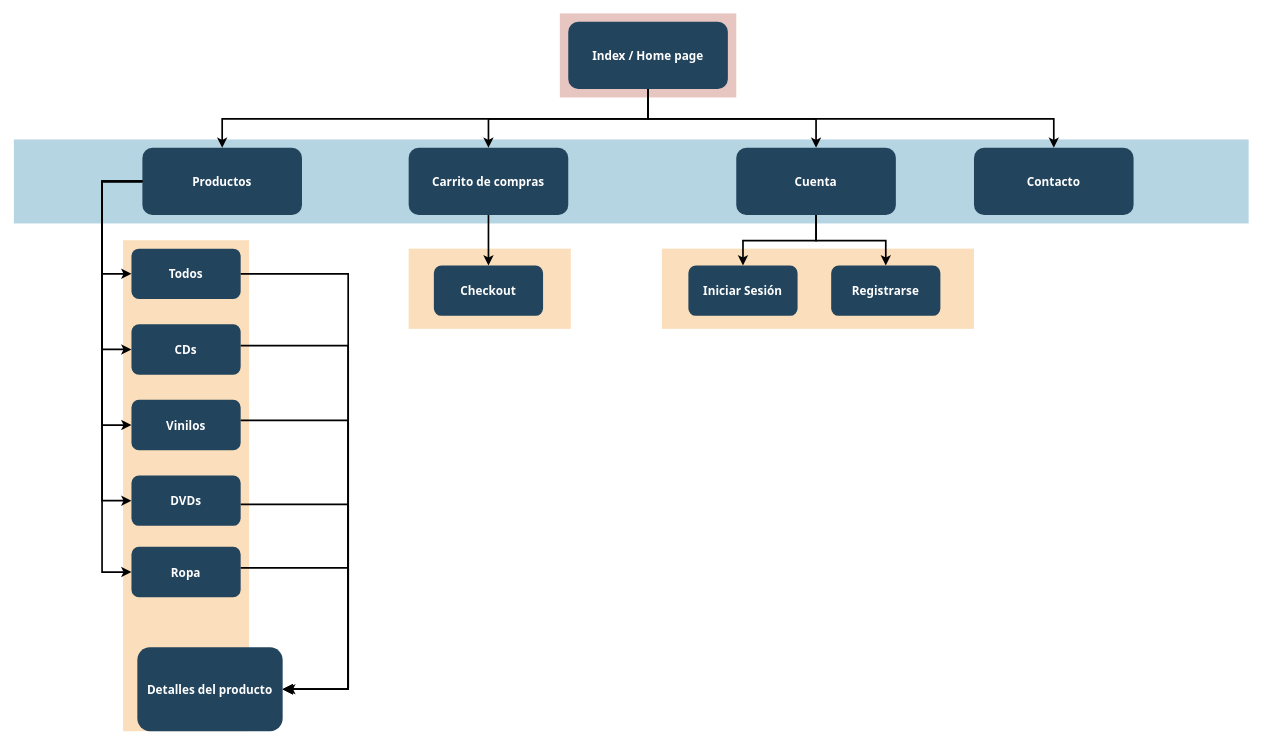
Before: sitemap editable.drawio in smoran24/EcosRockeria, a draw.io diagram. Source tidied: cells renumbered, new cells numbered last; positions are measured from the earlier drawing's top-left corner, leaving out a move shared by most shapes. Both pictures are drawn from the tidied source at 84%, with x=0, y=0 at pixel (13, 13).
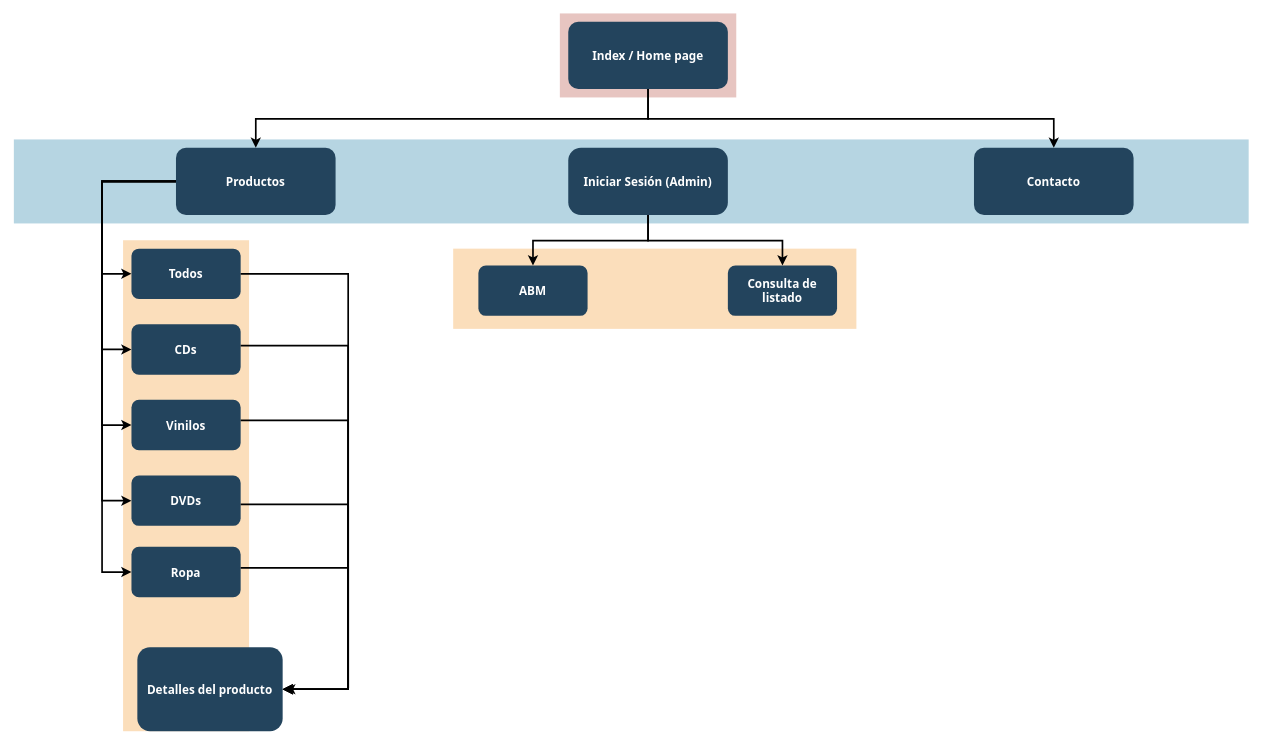
After the change.

Commit message (it also covers changes not shown here):
actualizo sitemap

Unchanged cells that the change refers to:
```xml
<mxCell id="7" value="Index / Home page" style="rounded=1;fillColor=#23445D;gradientColor=none;strokeColor=none;fontColor=#FFFFFF;fontStyle=1;fontFamily=Tahoma;fontSize=14;" parent="1" vertex="1">
  <mxGeometry x="660" y="9.5" width="190" height="80" as="geometry" />
</mxCell>
```

Diff of the diagram source:
```diff
@@
     <mxCell id="2" style="fillColor=#F2931E;strokeColor=none;opacity=30;" parent="1" vertex="1">
-      <mxGeometry x="771.5" y="279.5" width="371.5" height="95.5" as="geometry" />
+      <mxGeometry x="523" y="279.5" width="480" height="95.5" as="geometry" />
     </mxCell>
@@
-    <mxCell id="5" style="fillColor=#F2931E;strokeColor=none;opacity=30;" parent="1" vertex="1">
-      <mxGeometry x="470" y="279.5" width="193" height="95.5" as="geometry" />
-    </mxCell>
@@
-    <mxCell id="10" value="Carrito de compras" style="rounded=1;fillColor=#23445D;gradientColor=none;strokeColor=none;fontColor=#FFFFFF;fontStyle=1;fontFamily=Tahoma;fontSize=14;" parent="1" vertex="1">
-      <mxGeometry x="470" y="159.5" width="190" height="80" as="geometry" />
-    </mxCell>
     <mxCell id="11" value="Productos" style="rounded=1;fillColor=#23445D;gradientColor=none;strokeColor=none;fontColor=#FFFFFF;fontStyle=1;fontFamily=Tahoma;fontSize=14;" parent="1" vertex="1">
-      <mxGeometry x="153" y="159.5" width="190" height="80" as="geometry" />
+      <mxGeometry x="193" y="159.5" width="190" height="80" as="geometry" />
     </mxCell>
@@
-    <mxCell id="17" value="Checkout" style="rounded=1;fillColor=#23445D;gradientColor=none;strokeColor=none;fontColor=#FFFFFF;fontStyle=1;fontFamily=Tahoma;fontSize=14;" parent="1" vertex="1">
-      <mxGeometry x="500" y="299.5" width="130" height="60" as="geometry" />
-    </mxCell>
-    <mxCell id="18" style="edgeStyle=elbowEdgeStyle;elbow=vertical;strokeWidth=2;rounded=0;" parent="1" edge="1" source="7" target="10">
-      <mxGeometry x="347" y="225.5" as="geometry" />
-    </mxCell>
@@
-    <mxCell id="25" style="edgeStyle=elbowEdgeStyle;elbow=vertical;strokeWidth=2;rounded=0;" parent="1" edge="1" source="10" target="17">
-      <mxGeometry x="-23" y="135.5" as="geometry" />
-    </mxCell>
@@
-    <mxCell id="32" value="Cuenta" style="rounded=1;fillColor=#23445D;gradientColor=none;strokeColor=none;fontColor=#FFFFFF;fontStyle=1;fontFamily=Tahoma;fontSize=14;" parent="1" vertex="1">
-      <mxGeometry x="860" y="159.5" width="190" height="80" as="geometry" />
+    <mxCell id="32" value="Iniciar Sesión (Admin)" style="rounded=1;fillColor=#23445D;gradientColor=none;strokeColor=none;fontColor=#FFFFFF;fontStyle=1;fontFamily=Tahoma;fontSize=14;arcSize=19;" parent="1" vertex="1">
+      <mxGeometry x="660" y="159.5" width="190" height="80" as="geometry" />
     </mxCell>
-    <mxCell id="33" style="edgeStyle=elbowEdgeStyle;elbow=vertical;strokeWidth=2;rounded=0;exitX=0.5;exitY=1;exitDx=0;exitDy=0;" parent="1" edge="1" source="7" target="32">
-      <mxGeometry x="357" y="235.5" as="geometry" />
-    </mxCell>
-    <mxCell id="34" value="Iniciar Sesión" style="rounded=1;fillColor=#23445D;gradientColor=none;strokeColor=none;fontColor=#FFFFFF;fontStyle=1;fontFamily=Tahoma;fontSize=14;" parent="1" vertex="1">
-      <mxGeometry x="803" y="299.5" width="130" height="60" as="geometry" />
+    <mxCell id="34" value="ABM" style="rounded=1;fillColor=#23445D;gradientColor=none;strokeColor=none;fontColor=#FFFFFF;fontStyle=1;fontFamily=Tahoma;fontSize=14;" parent="1" vertex="1">
+      <mxGeometry x="553" y="299.5" width="130" height="60" as="geometry" />
     </mxCell>
@@
-    <mxCell id="36" value="Registrarse" style="rounded=1;fillColor=#23445D;gradientColor=none;strokeColor=none;fontColor=#FFFFFF;fontStyle=1;fontFamily=Tahoma;fontSize=14;" parent="1" vertex="1">
-      <mxGeometry x="973" y="299.5" width="130" height="60" as="geometry" />
+    <mxCell id="36" value="Consulta de&#10;listado" style="rounded=1;fillColor=#23445D;gradientColor=none;strokeColor=none;fontColor=#FFFFFF;fontStyle=1;fontFamily=Tahoma;fontSize=14;" parent="1" vertex="1">
+      <mxGeometry x="850" y="299.5" width="130" height="60" as="geometry" />
     </mxCell>
```
